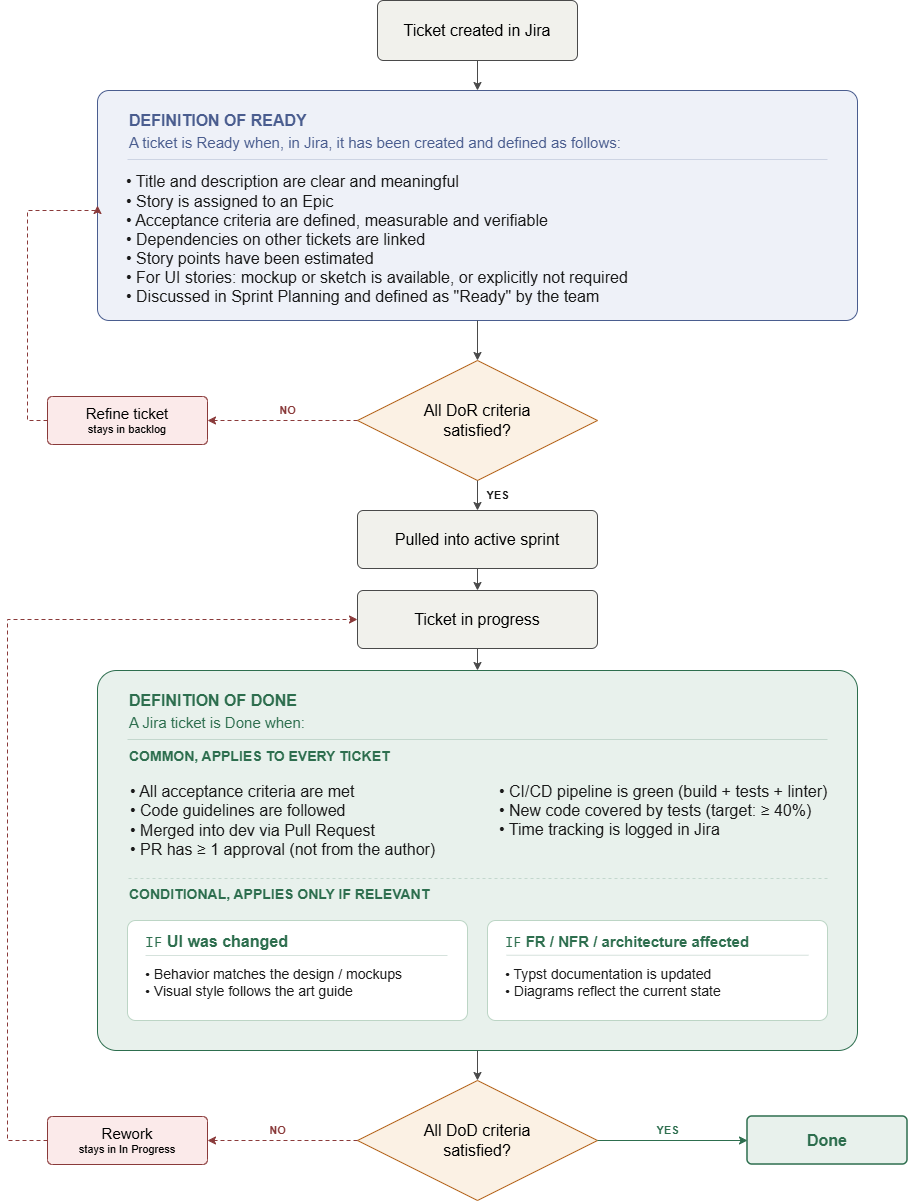
Before: doc/resources/01 Product Documentation/dor_dod_flowchart.drawio.png, a diagram exported from draw.io (Fexty12573/glowcore). Source tidied: cells renumbered, new cells last; positions are measured from the earlier drawing's top-left corner, leaving out a move shared by most shapes.
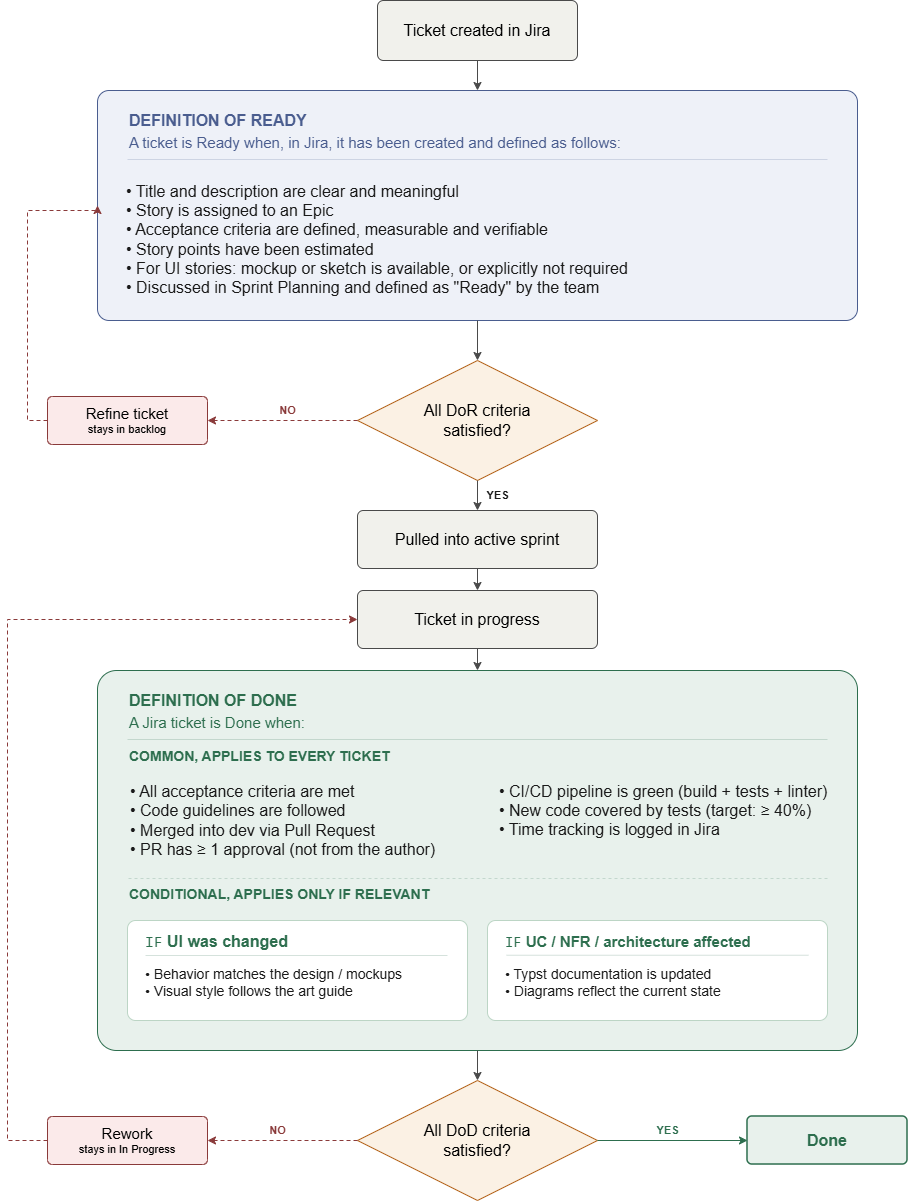
After the commit.

Commit message:
Updated dod_dor png

Diff of the diagram source:
```diff
@@ -14,7 +14,7 @@
     <mxCell id="5" value="&lt;font style=&quot;font-size: 15px;&quot;&gt;A ticket is Ready when, in Jira, it has been created and defined as follows:&lt;/font&gt;" style="text;html=1;strokeColor=none;fillColor=none;align=left;verticalAlign=middle;whiteSpace=wrap;fontSize=11;fontColor=#4A5D8F;" parent="1" vertex="1">
       <mxGeometry x="120" y="132" width="700" height="20" as="geometry" />
     </mxCell>
-    <mxCell id="6" value="&lt;span style=&quot;font-size: 16px; background-color: transparent; color: light-dark(rgb(26, 26, 26), rgb(215, 215, 215));&quot;&gt;• Title and description are clear and meaningful&lt;/span&gt;&lt;br&gt;&lt;span style=&quot;font-size: 16px; background-color: transparent; color: light-dark(rgb(26, 26, 26), rgb(215, 215, 215));&quot;&gt;• Story is assigned to an Epic&lt;/span&gt;&lt;br&gt;&lt;span style=&quot;font-size: 16px; background-color: transparent; color: light-dark(rgb(26, 26, 26), rgb(215, 215, 215));&quot;&gt;• Acceptance criteria are defined, measurable and verifiable&lt;/span&gt;&lt;br&gt;&lt;span style=&quot;font-size: 16px; background-color: transparent; color: light-dark(rgb(26, 26, 26), rgb(215, 215, 215));&quot;&gt;• Dependencies on other tickets are linked&lt;/span&gt;&lt;br&gt;&lt;span style=&quot;font-size: 16px; background-color: transparent; color: light-dark(rgb(26, 26, 26), rgb(215, 215, 215));&quot;&gt;• Story points have been estimated&lt;/span&gt;&lt;br&gt;&lt;span style=&quot;font-size: 16px; background-color: transparent; color: light-dark(rgb(26, 26, 26), rgb(215, 215, 215));&quot;&gt;• For UI stories: mockup or sketch is available, or explicitly not required&lt;/span&gt;&lt;br&gt;&lt;font style=&quot;background-color: transparent; color: light-dark(rgb(26, 26, 26), rgb(215, 215, 215)); font-size: 16px;&quot;&gt;• Discussed in Sprint Planning and&amp;nbsp;&lt;/font&gt;&lt;span style=&quot;background-color: transparent; color: light-dark(rgb(26, 26, 26), rgb(215, 215, 215)); font-size: 16px;&quot;&gt;defined as &quot;Ready&quot; by the team&lt;/span&gt;" style="text;html=1;strokeColor=none;fillColor=none;align=left;verticalAlign=middle;whiteSpace=wrap;fontSize=12;fontColor=#1A1A1A;spacingTop=0;spacing=0;spacingBottom=-1;spacingLeft=-1;" parent="1" vertex="1">
+    <mxCell id="6" value="&lt;span style=&quot;font-size: 16px; background-color: transparent; color: light-dark(rgb(26, 26, 26), rgb(215, 215, 215));&quot;&gt;• Title and description are clear and meaningful&lt;/span&gt;&lt;br&gt;&lt;span style=&quot;font-size: 16px; background-color: transparent; color: light-dark(rgb(26, 26, 26), rgb(215, 215, 215));&quot;&gt;• Story is assigned to an Epic&lt;/span&gt;&lt;br&gt;&lt;span style=&quot;font-size: 16px; background-color: transparent; color: light-dark(rgb(26, 26, 26), rgb(215, 215, 215));&quot;&gt;• Acceptance criteria are defined, measurable and verifiable&lt;/span&gt;&lt;br&gt;&lt;span style=&quot;font-size: 16px; background-color: transparent; color: light-dark(rgb(26, 26, 26), rgb(215, 215, 215));&quot;&gt;• Story points have been estimated&lt;/span&gt;&lt;br&gt;&lt;span style=&quot;font-size: 16px; background-color: transparent; color: light-dark(rgb(26, 26, 26), rgb(215, 215, 215));&quot;&gt;• For UI stories: mockup or sketch is available, or explicitly not required&lt;/span&gt;&lt;br&gt;&lt;font style=&quot;background-color: transparent; color: light-dark(rgb(26, 26, 26), rgb(215, 215, 215)); font-size: 16px;&quot;&gt;• Discussed in Sprint Planning and&amp;nbsp;&lt;/font&gt;&lt;span style=&quot;background-color: transparent; color: light-dark(rgb(26, 26, 26), rgb(215, 215, 215)); font-size: 16px;&quot;&gt;defined as &quot;Ready&quot; by the team&lt;/span&gt;" style="text;html=1;strokeColor=none;fillColor=none;align=left;verticalAlign=middle;whiteSpace=wrap;fontSize=12;fontColor=#1A1A1A;spacingTop=0;spacing=0;spacingBottom=-1;spacingLeft=-1;" parent="1" vertex="1">
       <mxGeometry x="120" y="170" width="600" height="137" as="geometry" />
     </mxCell>
     <mxCell id="7" value="&lt;font style=&quot;font-size: 16px;&quot;&gt;All DoR criteria&lt;br&gt;satisfied?&lt;/font&gt;" style="rhombus;whiteSpace=wrap;html=1;fillColor=#FBF1E4;strokeColor=#B5651D;fontSize=12;" parent="1" vertex="1">
@@ -62,7 +62,7 @@
     <mxCell id="21" style="rounded=1;whiteSpace=wrap;html=1;fillColor=#FFFFFF;strokeColor=#BCD5C5;arcSize=8;verticalAlign=top;" parent="1" vertex="1">
       <mxGeometry x="480" y="920" width="340" height="100" as="geometry" />
     </mxCell>
-    <mxCell id="22" value="&lt;font style=&quot;font-size: 15px;&quot;&gt;&lt;span style=&quot;color: rgb(45, 110, 78); font-family: monospace;&quot;&gt;IF&lt;/span&gt; &lt;b style=&quot;&quot;&gt;FR / NFR / architecture affected&lt;/b&gt;&lt;/font&gt;" style="text;html=1;strokeColor=none;fillColor=none;align=left;verticalAlign=middle;whiteSpace=wrap;fontSize=12;fontColor=#2D6E4E;" parent="1" vertex="1">
+    <mxCell id="22" value="&lt;font style=&quot;font-size: 15px;&quot;&gt;&lt;span style=&quot;color: rgb(45, 110, 78); font-family: monospace;&quot;&gt;IF&lt;/span&gt; &lt;b style=&quot;&quot;&gt;UC / NFR / architecture affected&lt;/b&gt;&lt;/font&gt;" style="text;html=1;strokeColor=none;fillColor=none;align=left;verticalAlign=middle;whiteSpace=wrap;fontSize=12;fontColor=#2D6E4E;" parent="1" vertex="1">
       <mxGeometry x="496" y="930" width="320" height="22" as="geometry" />
     </mxCell>
     <mxCell id="23" value="&lt;font style=&quot;font-size: 14px;&quot;&gt;• Typst documentation is updated&lt;/font&gt;&lt;div&gt;&lt;font style=&quot;font-size: 14px;&quot;&gt;• Diagrams reflect the current state&lt;/font&gt;&lt;/div&gt;" style="text;html=1;strokeColor=none;fillColor=none;align=left;verticalAlign=middle;whiteSpace=wrap;fontSize=12;fontColor=#1A1A1A;" parent="1" vertex="1">
```
